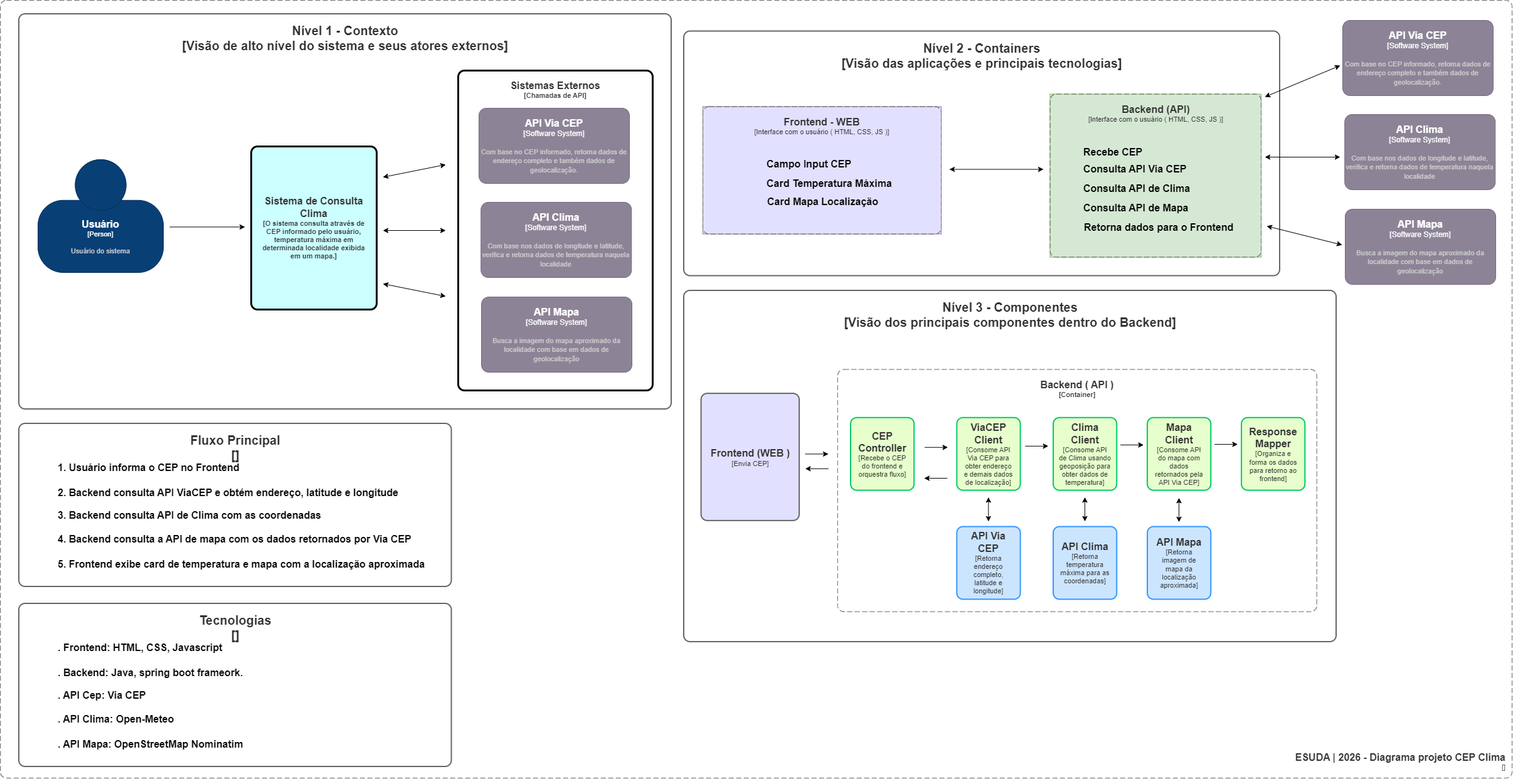
arcorreiaa/esudaPosEs keeps this draw.io diagram as docs/eduardo_cadiz_cepclima.drawio.png. Above is the earlier version. Source tidied: cells renumbered, new cells last; positions are measured from the earlier drawing's top-left corner, leaving out a move shared by most shapes.
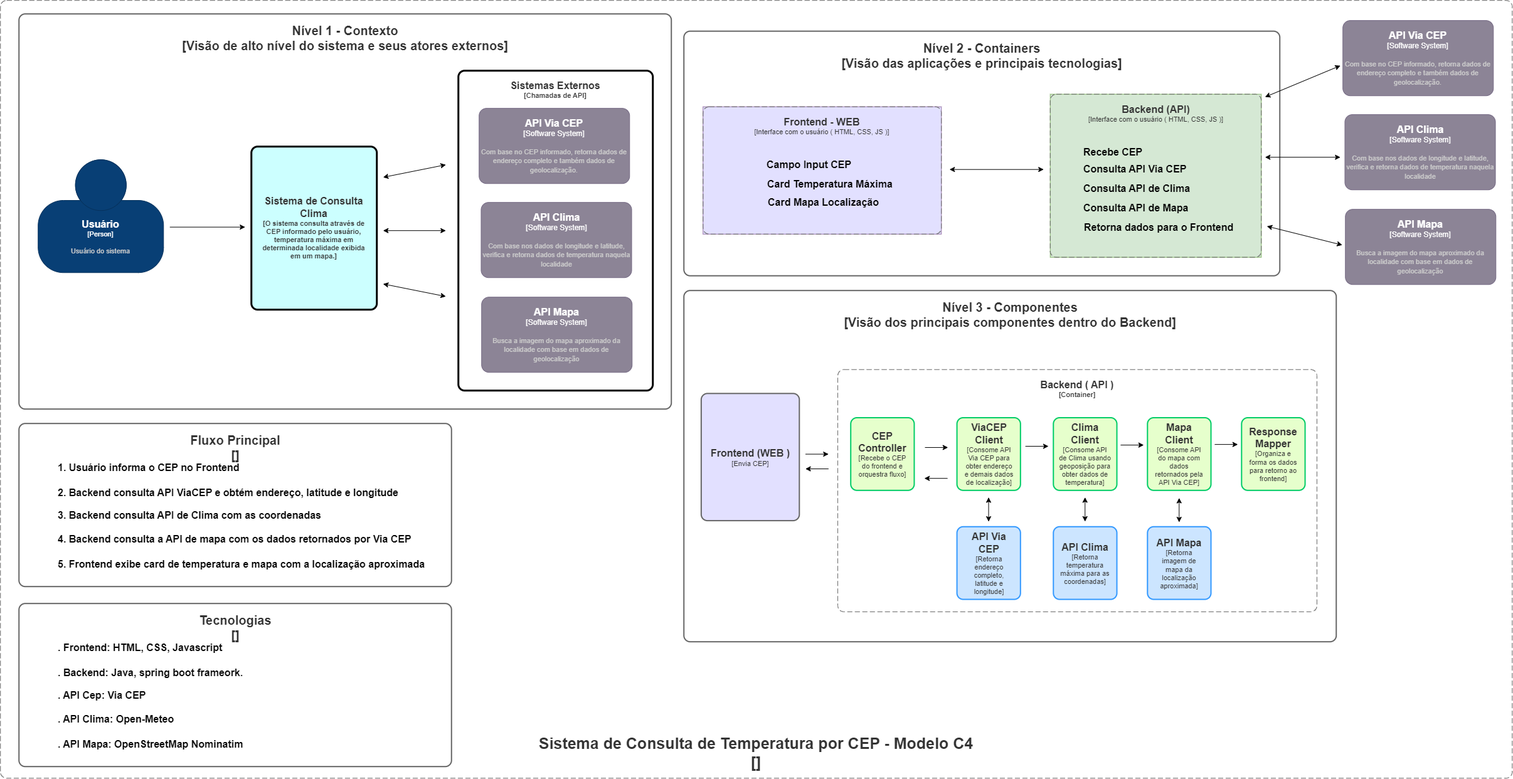
The same diagram one commit later.

Commit message:
Atualizando arquivos do draw.io

The edit, as a diff of the source:
```diff
@@ -12,8 +12,8 @@
         <mxGeometry x="1159.4" y="304.2" width="304.5" height="41.9" as="geometry" />
       </mxCell>
     </object>
-    <object id="4" label="&lt;font style=&quot;font-size: 16px&quot;&gt;&lt;b&gt;&lt;div style=&quot;&quot;&gt;%c4Name%&lt;/div&gt;&lt;/b&gt;&lt;/font&gt;&lt;div style=&quot;&quot;&gt;[%c4Application%]&lt;/div&gt;" c4Application="" c4Name="ESUDA | 2026 - Diagrama projeto CEP Clima" c4Type="SystemScopeBoundary" placeholders="1">
-      <mxCell style="rounded=1;fontSize=11;whiteSpace=wrap;html=1;dashed=1;arcSize=20;fillColor=default;strokeColor=#666666;fontColor=#333333;labelBackgroundColor=none;align=right;verticalAlign=bottom;labelBorderColor=none;spacingTop=0;spacing=10;dashPattern=8 4;perimeter=rectanglePerimeter;noLabel=0;labelPadding=0;absoluteArcSize=1;" parent="1" vertex="1">
+    <object id="4" label="&lt;font&gt;&lt;span&gt;&lt;div&gt;%c4Name%&lt;/div&gt;&lt;/span&gt;&lt;/font&gt;&lt;div&gt;[%c4Application%]&lt;/div&gt;" c4Application="" c4Name="Sistema de Consulta de Temperatura por CEP - Modelo C4" c4Type="SystemScopeBoundary" placeholders="1">
+      <mxCell style="rounded=1;fontSize=25;whiteSpace=wrap;html=1;dashed=1;arcSize=20;fillColor=default;strokeColor=#666666;fontColor=#333333;labelBackgroundColor=none;align=center;verticalAlign=bottom;labelBorderColor=none;spacingTop=0;spacing=10;dashPattern=8 4;perimeter=rectanglePerimeter;noLabel=0;labelPadding=0;absoluteArcSize=1;fontStyle=1;" parent="1" vertex="1">
         <mxGeometry width="2410" height="1240" as="geometry" />
       </mxCell>
     </object>
```
